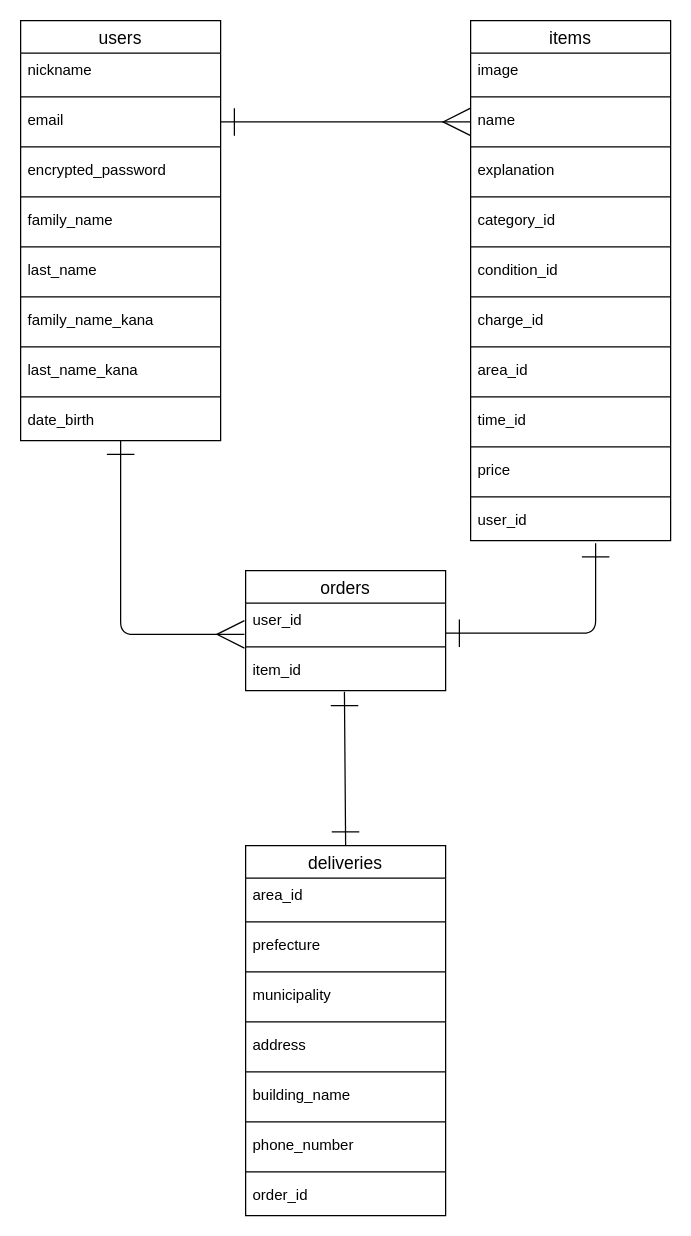
chibicatt2/furima-39125 keeps this draw.io diagram as furima.dio. Above is the earlier version. Source tidied: cells renumbered, new cells numbered last; positions are measured from the earlier drawing's top-left corner, leaving out a move shared by most shapes. Both pictures are drawn from the tidied source at 125%, with x=0, y=0 at pixel (20, 20).
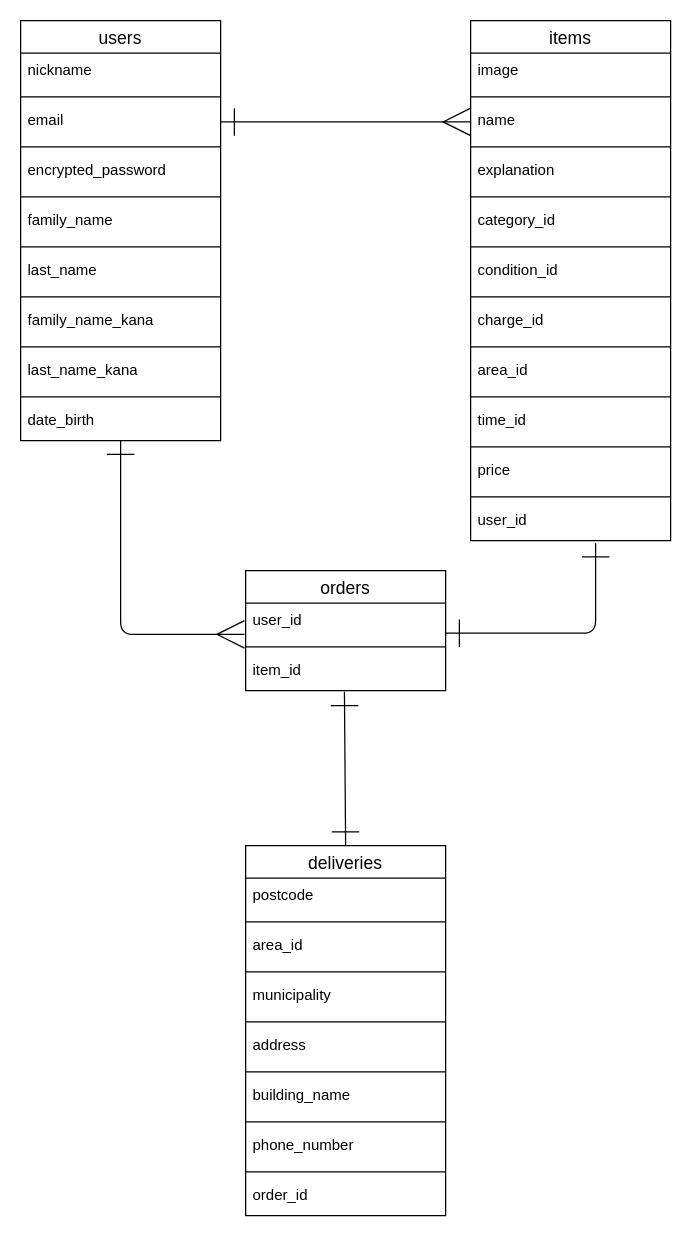
The same page after the edit.

Commit message:
ER図修正（2回目）

The change refers to these unchanged cells:
```xml
<mxCell id="46" value="deliveries" style="swimlane;fontStyle=0;horizontal=1;startSize=26;align=center;fontSize=14;" parent="1" vertex="1">
  <mxGeometry x="180" y="660" width="160" height="296" as="geometry" />
</mxCell>
```

Diff of the diagram source:
```diff
@@
-    <mxCell id="47" value="area_id" style="text;strokeColor=none;fillColor=none;spacingLeft=4;spacingRight=4;overflow=hidden;fontSize=12;" parent="46" vertex="1">
+    <mxCell id="47" value="postcode" style="text;strokeColor=none;fillColor=none;spacingLeft=4;spacingRight=4;overflow=hidden;fontSize=12;" parent="46" vertex="1">
       <mxGeometry y="26" width="160" height="30" as="geometry" />
     </mxCell>
@@
-    <mxCell id="49" value="prefecture" style="text;strokeColor=none;fillColor=none;spacingLeft=4;spacingRight=4;overflow=hidden;fontSize=12;" parent="46" vertex="1">
+    <mxCell id="49" value="area_id" style="text;strokeColor=none;fillColor=none;spacingLeft=4;spacingRight=4;overflow=hidden;fontSize=12;" parent="46" vertex="1">
       <mxGeometry y="66" width="160" height="30" as="geometry" />
     </mxCell>
```
